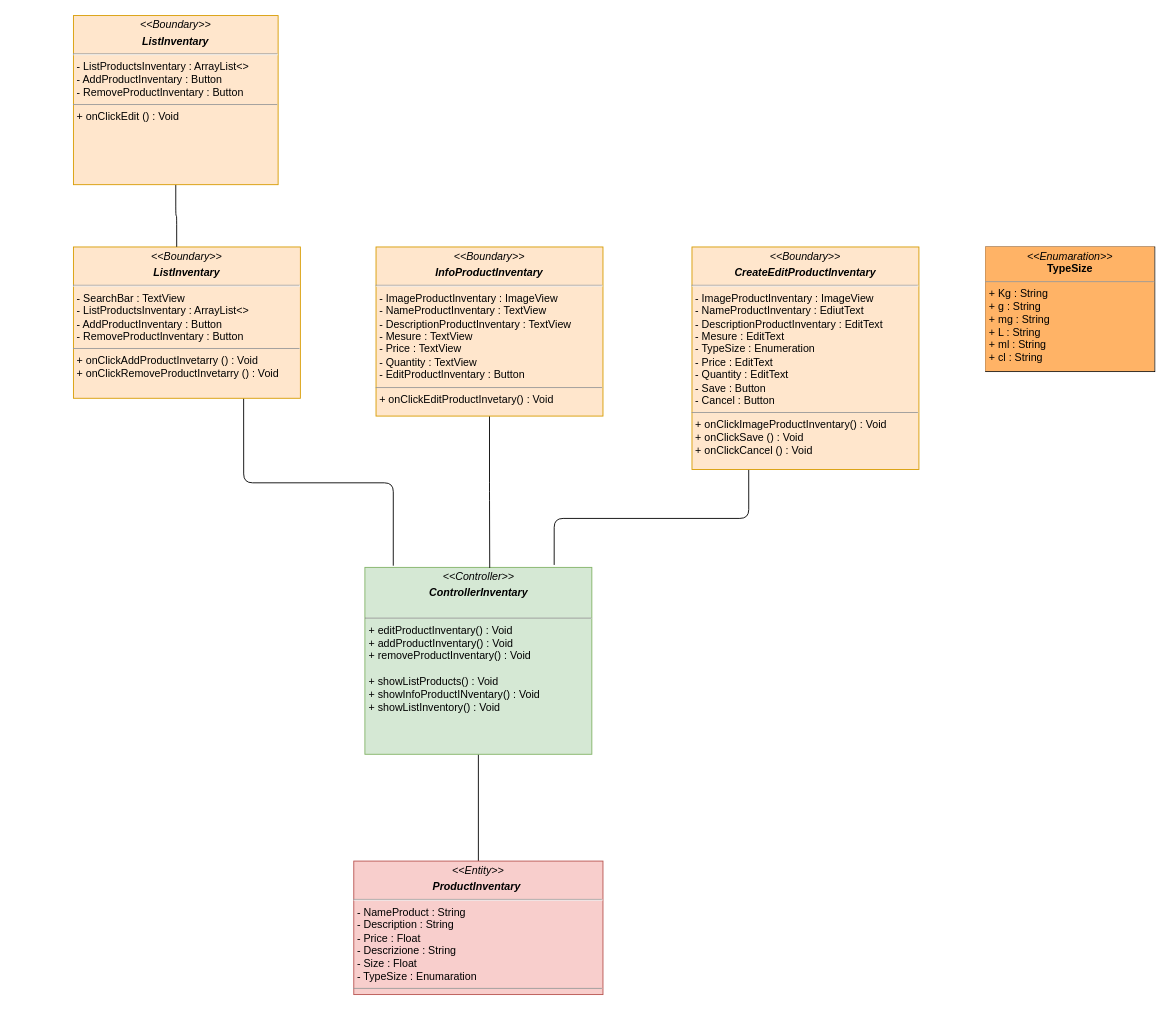
Earlier version of the draw.io diagram page "Gestisci Inventario" (6 of 8) of Documentazione/Class Diagram/Class Diagram.drawio (Chriss1618/ProgettoINGSW). Source tidied: cells renumbered, new cells numbered last; positions are measured from the earlier drawing's top-left corner, leaving out a move shared by most shapes. Both pictures are drawn from the tidied source at 89%, with x=0, y=0 at pixel (73, 15).
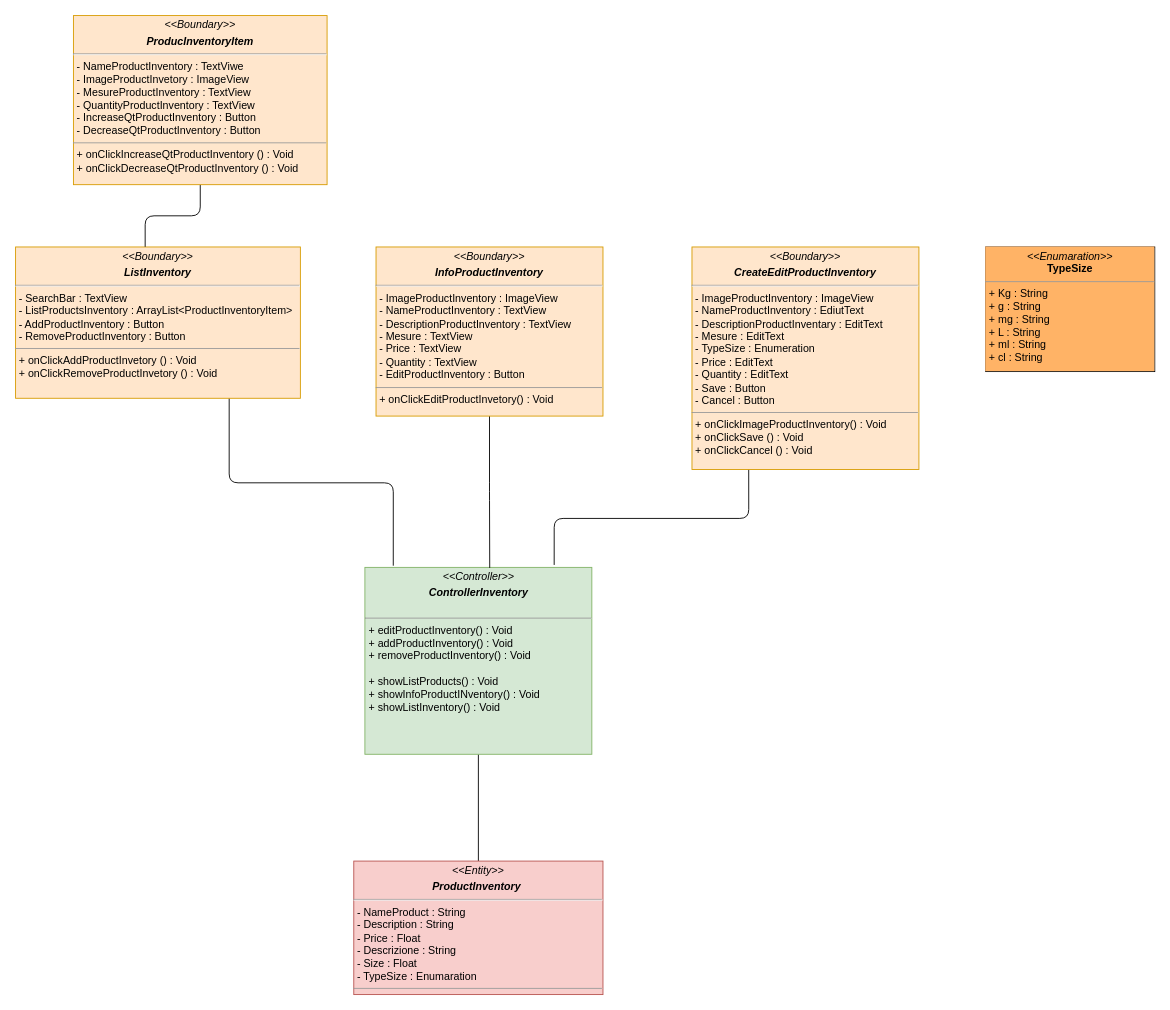
After the change.

Diff of the diagram source:
```diff
@@
 <mxGraphModel>
   <root>
     <mxCell id="0" />
     <mxCell id="1" parent="0" />
     <mxCell id="2" style="edgeStyle=orthogonalEdgeStyle;rounded=1;jettySize=auto;html=1;exitX=0.5;exitY=0;exitDx=0;exitDy=0;entryX=0.5;entryY=1;entryDx=0;entryDy=0;endArrow=none;endFill=0;" parent="1" edge="1" source="3" target="4">
       <mxGeometry relative="1" as="geometry" />
     </mxCell>
-    <mxCell id="3" value="&lt;p style=&quot;margin:0px;margin-top:4px;text-align:center;&quot;&gt;&lt;i&gt;&amp;lt;&amp;lt;Entity&amp;gt;&amp;gt;&lt;/i&gt;&lt;br&gt;&lt;/p&gt;&lt;p style=&quot;margin:0px;margin-top:4px;text-align:center;&quot;&gt;&lt;b&gt;&lt;i&gt;ProductInventary&amp;nbsp;&lt;/i&gt;&lt;/b&gt;&lt;/p&gt;&lt;hr&gt;&lt;p style=&quot;margin:0px;margin-left:4px;&quot;&gt;- NameProduct : String&lt;/p&gt;&lt;p style=&quot;margin:0px;margin-left:4px;&quot;&gt;- Description : String&lt;/p&gt;&lt;p style=&quot;margin:0px;margin-left:4px;&quot;&gt;- Price : Float&lt;/p&gt;&lt;p style=&quot;margin:0px;margin-left:4px;&quot;&gt;- Descrizione : String&lt;/p&gt;&lt;p style=&quot;margin:0px;margin-left:4px;&quot;&gt;- Size : Float&lt;/p&gt;&lt;p style=&quot;margin:0px;margin-left:4px;&quot;&gt;- TypeSize : Enumaration&lt;/p&gt;&lt;hr size=&quot;1&quot;&gt;&lt;p style=&quot;margin:0px;margin-left:4px;&quot;&gt;&lt;br&gt;&lt;/p&gt;" style="verticalAlign=top;align=left;overflow=fill;fontSize=12;fontFamily=Helvetica;html=1;fillColor=#f8cecc;strokeColor=#b85450;" parent="1" vertex="1">
+    <mxCell id="3" value="&lt;p style=&quot;margin:0px;margin-top:4px;text-align:center;&quot;&gt;&lt;i&gt;&amp;lt;&amp;lt;Entity&amp;gt;&amp;gt;&lt;/i&gt;&lt;br&gt;&lt;/p&gt;&lt;p style=&quot;margin:0px;margin-top:4px;text-align:center;&quot;&gt;&lt;b&gt;&lt;i&gt;ProductInventory&amp;nbsp;&lt;/i&gt;&lt;/b&gt;&lt;/p&gt;&lt;hr&gt;&lt;p style=&quot;margin:0px;margin-left:4px;&quot;&gt;- NameProduct : String&lt;/p&gt;&lt;p style=&quot;margin:0px;margin-left:4px;&quot;&gt;- Description : String&lt;/p&gt;&lt;p style=&quot;margin:0px;margin-left:4px;&quot;&gt;- Price : Float&lt;/p&gt;&lt;p style=&quot;margin:0px;margin-left:4px;&quot;&gt;- Descrizione : String&lt;/p&gt;&lt;p style=&quot;margin:0px;margin-left:4px;&quot;&gt;- Size : Float&lt;/p&gt;&lt;p style=&quot;margin:0px;margin-left:4px;&quot;&gt;- TypeSize : Enumaration&lt;/p&gt;&lt;hr size=&quot;1&quot;&gt;&lt;p style=&quot;margin:0px;margin-left:4px;&quot;&gt;&lt;br&gt;&lt;/p&gt;" style="verticalAlign=top;align=left;overflow=fill;fontSize=12;fontFamily=Helvetica;html=1;fillColor=#f8cecc;strokeColor=#b85450;" parent="1" vertex="1">
       <mxGeometry x="315" y="950" width="280" height="150" as="geometry" />
     </mxCell>
-    <mxCell id="4" value="&lt;p style=&quot;margin:0px;margin-top:4px;text-align:center;&quot;&gt;&lt;i&gt;&amp;lt;&amp;lt;Controller&amp;gt;&amp;gt;&lt;/i&gt;&lt;br&gt;&lt;/p&gt;&lt;p style=&quot;margin:0px;margin-top:4px;text-align:center;&quot;&gt;&lt;i&gt;&lt;b&gt;ControllerInventary&lt;/b&gt;&lt;/i&gt;&lt;/p&gt;&lt;br&gt;&lt;hr size=&quot;1&quot;&gt;&lt;p style=&quot;margin:0px;margin-left:4px;&quot;&gt;&lt;span style=&quot;background-color: initial;&quot;&gt;+ editProductInventary() : Void&lt;/span&gt;&lt;/p&gt;&lt;p style=&quot;margin:0px;margin-left:4px;&quot;&gt;&lt;span style=&quot;background-color: initial;&quot;&gt;+ addProductInventary() : Void&lt;/span&gt;&lt;br&gt;&lt;/p&gt;&lt;p style=&quot;margin:0px;margin-left:4px;&quot;&gt;&lt;span style=&quot;background-color: initial;&quot;&gt;+ removeProductInventary() : Void&lt;/span&gt;&lt;/p&gt;&lt;p style=&quot;margin:0px;margin-left:4px;&quot;&gt;&lt;br&gt;&lt;/p&gt;&lt;p style=&quot;margin:0px;margin-left:4px;&quot;&gt;+ showListProducts() : Void&lt;/p&gt;&lt;p style=&quot;margin:0px;margin-left:4px;&quot;&gt;&lt;span style=&quot;background-color: initial;&quot;&gt;+ showInfoProductINventary() : Void&lt;/span&gt;&lt;br&gt;&lt;/p&gt;&lt;p style=&quot;margin:0px;margin-left:4px;&quot;&gt;+ showListInventory() : Void&lt;/p&gt;" style="verticalAlign=top;align=left;overflow=fill;fontSize=12;fontFamily=Helvetica;html=1;fillColor=#d5e8d4;strokeColor=#82b366;" parent="1" vertex="1">
+    <mxCell id="4" value="&lt;p style=&quot;margin:0px;margin-top:4px;text-align:center;&quot;&gt;&lt;i&gt;&amp;lt;&amp;lt;Controller&amp;gt;&amp;gt;&lt;/i&gt;&lt;br&gt;&lt;/p&gt;&lt;p style=&quot;margin:0px;margin-top:4px;text-align:center;&quot;&gt;&lt;i&gt;&lt;b&gt;ControllerInventory&lt;/b&gt;&lt;/i&gt;&lt;/p&gt;&lt;br&gt;&lt;hr size=&quot;1&quot;&gt;&lt;p style=&quot;margin:0px;margin-left:4px;&quot;&gt;&lt;span style=&quot;background-color: initial;&quot;&gt;+ editProductInventory() : Void&lt;/span&gt;&lt;/p&gt;&lt;p style=&quot;margin:0px;margin-left:4px;&quot;&gt;&lt;span style=&quot;background-color: initial;&quot;&gt;+ addProductInventory() : Void&lt;/span&gt;&lt;br&gt;&lt;/p&gt;&lt;p style=&quot;margin:0px;margin-left:4px;&quot;&gt;&lt;span style=&quot;background-color: initial;&quot;&gt;+ removeProductInventory() : Void&lt;/span&gt;&lt;/p&gt;&lt;p style=&quot;margin:0px;margin-left:4px;&quot;&gt;&lt;br&gt;&lt;/p&gt;&lt;p style=&quot;margin:0px;margin-left:4px;&quot;&gt;+ showListProducts() : Void&lt;/p&gt;&lt;p style=&quot;margin:0px;margin-left:4px;&quot;&gt;&lt;span style=&quot;background-color: initial;&quot;&gt;+ showInfoProductINventory() : Void&lt;/span&gt;&lt;br&gt;&lt;/p&gt;&lt;p style=&quot;margin:0px;margin-left:4px;&quot;&gt;+ showListInventory() : Void&lt;/p&gt;" style="verticalAlign=top;align=left;overflow=fill;fontSize=12;fontFamily=Helvetica;html=1;fillColor=#d5e8d4;strokeColor=#82b366;" parent="1" vertex="1">
       <mxGeometry x="327.5" y="620" width="255" height="210" as="geometry" />
     </mxCell>
     <mxCell id="5" style="edgeStyle=orthogonalEdgeStyle;rounded=1;jettySize=auto;html=1;exitX=0.75;exitY=1;exitDx=0;exitDy=0;entryX=0.125;entryY=-0.009;entryDx=0;entryDy=0;entryPerimeter=0;endArrow=none;endFill=0;" parent="1" edge="1" source="6" target="4">
       <mxGeometry relative="1" as="geometry" />
     </mxCell>
-    <mxCell id="6" value="&lt;p style=&quot;margin:0px;margin-top:4px;text-align:center;&quot;&gt;&lt;i&gt;&amp;lt;&amp;lt;Boundary&amp;gt;&amp;gt;&lt;/i&gt;&lt;br&gt;&lt;/p&gt;&lt;p style=&quot;margin:0px;margin-top:4px;text-align:center;&quot;&gt;&lt;i&gt;&lt;b&gt;ListInventary&lt;/b&gt;&lt;/i&gt;&lt;/p&gt;&lt;hr&gt;&lt;p style=&quot;margin: 0px 0px 0px 4px;&quot;&gt;- SearchBar : TextView&lt;/p&gt;&lt;p style=&quot;margin: 0px 0px 0px 4px;&quot;&gt;- ListProductsInventary : ArrayList&amp;lt;&amp;gt;&lt;/p&gt;&lt;p style=&quot;margin: 0px 0px 0px 4px;&quot;&gt;- AddProductInventary : Button&lt;/p&gt;&lt;p style=&quot;margin: 0px 0px 0px 4px;&quot;&gt;- RemoveProductInventary : Button&lt;/p&gt;&lt;hr size=&quot;1&quot;&gt;&lt;p style=&quot;margin:0px;margin-left:4px;&quot;&gt;+ onClickAddProductInvetarry () : Void&lt;/p&gt;&lt;p style=&quot;margin:0px;margin-left:4px;&quot;&gt;+ onClickRemoveProductInvetarry () : Void&lt;br&gt;&lt;/p&gt;" style="verticalAlign=top;align=left;overflow=fill;fontSize=12;fontFamily=Helvetica;html=1;fillColor=#ffe6cc;strokeColor=#d79b00;" parent="1" vertex="1">
-      <mxGeometry y="260" width="255" height="170" as="geometry" />
+    <mxCell id="6" value="&lt;p style=&quot;margin:0px;margin-top:4px;text-align:center;&quot;&gt;&lt;i&gt;&amp;lt;&amp;lt;Boundary&amp;gt;&amp;gt;&lt;/i&gt;&lt;br&gt;&lt;/p&gt;&lt;p style=&quot;margin:0px;margin-top:4px;text-align:center;&quot;&gt;&lt;i&gt;&lt;b&gt;ListInventory&lt;/b&gt;&lt;/i&gt;&lt;/p&gt;&lt;hr&gt;&lt;p style=&quot;margin: 0px 0px 0px 4px;&quot;&gt;- SearchBar : TextView&lt;/p&gt;&lt;p style=&quot;margin: 0px 0px 0px 4px;&quot;&gt;- ListProductsInventory : ArrayList&amp;lt;ProductInventoryItem&amp;gt;&lt;/p&gt;&lt;p style=&quot;margin: 0px 0px 0px 4px;&quot;&gt;- AddProductInventory : Button&lt;/p&gt;&lt;p style=&quot;margin: 0px 0px 0px 4px;&quot;&gt;- RemoveProductInventory : Button&lt;/p&gt;&lt;hr size=&quot;1&quot;&gt;&lt;p style=&quot;margin:0px;margin-left:4px;&quot;&gt;+ onClickAddProductInvetory () : Void&lt;/p&gt;&lt;p style=&quot;margin:0px;margin-left:4px;&quot;&gt;+ onClickRemoveProductInvetory () : Void&lt;br&gt;&lt;/p&gt;" style="verticalAlign=top;align=left;overflow=fill;fontSize=12;fontFamily=Helvetica;html=1;fillColor=#ffe6cc;strokeColor=#d79b00;" parent="1" vertex="1">
+      <mxGeometry x="-65" y="260" width="320" height="170" as="geometry" />
     </mxCell>
     <mxCell id="7" style="edgeStyle=orthogonalEdgeStyle;rounded=1;jettySize=auto;html=1;exitX=0.5;exitY=1;exitDx=0;exitDy=0;entryX=0.455;entryY=-0.001;entryDx=0;entryDy=0;entryPerimeter=0;endArrow=none;endFill=0;" parent="1" edge="1" source="8" target="6">
       <mxGeometry relative="1" as="geometry" />
     </mxCell>
-    <mxCell id="8" value="&lt;p style=&quot;margin:0px;margin-top:4px;text-align:center;&quot;&gt;&lt;i&gt;&amp;lt;&amp;lt;Boundary&amp;gt;&amp;gt;&lt;/i&gt;&lt;br&gt;&lt;/p&gt;&lt;p style=&quot;margin:0px;margin-top:4px;text-align:center;&quot;&gt;&lt;i&gt;&lt;b&gt;ListInventary&lt;/b&gt;&lt;/i&gt;&lt;/p&gt;&lt;hr&gt;&lt;p style=&quot;margin: 0px 0px 0px 4px;&quot;&gt;- ListProductsInventary : ArrayList&amp;lt;&amp;gt;&lt;/p&gt;&lt;p style=&quot;margin: 0px 0px 0px 4px;&quot;&gt;- AddProductInventary : Button&lt;/p&gt;&lt;p style=&quot;margin: 0px 0px 0px 4px;&quot;&gt;- RemoveProductInventary : Button&lt;/p&gt;&lt;hr size=&quot;1&quot;&gt;&lt;p style=&quot;margin:0px;margin-left:4px;&quot;&gt;+ onClickEdit () : Void&lt;/p&gt;" style="verticalAlign=top;align=left;overflow=fill;fontSize=12;fontFamily=Helvetica;html=1;fillColor=#ffe6cc;strokeColor=#d79b00;" parent="1" vertex="1">
-      <mxGeometry width="230" height="190" as="geometry" />
+    <mxCell id="8" value="&lt;p style=&quot;margin:0px;margin-top:4px;text-align:center;&quot;&gt;&lt;i&gt;&amp;lt;&amp;lt;Boundary&amp;gt;&amp;gt;&lt;/i&gt;&lt;br&gt;&lt;/p&gt;&lt;p style=&quot;margin:0px;margin-top:4px;text-align:center;&quot;&gt;&lt;i&gt;&lt;b&gt;ProducInventoryItem&lt;/b&gt;&lt;/i&gt;&lt;/p&gt;&lt;hr&gt;&lt;p style=&quot;margin: 0px 0px 0px 4px;&quot;&gt;- NameProductInventory : TextViwe&lt;/p&gt;&lt;p style=&quot;margin: 0px 0px 0px 4px;&quot;&gt;- ImageProductInvetory : ImageView&lt;/p&gt;&lt;p style=&quot;margin: 0px 0px 0px 4px;&quot;&gt;- MesureProductInventory : TextView&lt;/p&gt;&lt;p style=&quot;margin: 0px 0px 0px 4px;&quot;&gt;- QuantityProductInventory : TextView&lt;/p&gt;&lt;p style=&quot;margin: 0px 0px 0px 4px;&quot;&gt;- IncreaseQtProductInventory : Button&lt;/p&gt;&lt;p style=&quot;margin: 0px 0px 0px 4px;&quot;&gt;- DecreaseQtProductInventory : Button&lt;br&gt;&lt;/p&gt;&lt;hr size=&quot;1&quot;&gt;&lt;p style=&quot;margin:0px;margin-left:4px;&quot;&gt;+ onClickIncreaseQtProductInventory&amp;nbsp;() : Void&lt;/p&gt;&lt;p style=&quot;margin:0px;margin-left:4px;&quot;&gt;+ onClickDecreaseQtProductInventory&amp;nbsp;() : Void&lt;br&gt;&lt;/p&gt;" style="verticalAlign=top;align=left;overflow=fill;fontSize=12;fontFamily=Helvetica;html=1;fillColor=#ffe6cc;strokeColor=#d79b00;" parent="1" vertex="1">
+      <mxGeometry width="285" height="190" as="geometry" />
     </mxCell>
     <mxCell id="9" style="edgeStyle=orthogonalEdgeStyle;rounded=1;jettySize=auto;html=1;exitX=0.25;exitY=1;exitDx=0;exitDy=0;entryX=0.834;entryY=-0.013;entryDx=0;entryDy=0;entryPerimeter=0;endArrow=none;endFill=0;" parent="1" edge="1" source="10" target="4">
       <mxGeometry relative="1" as="geometry" />
     </mxCell>
-    <mxCell id="10" value="&lt;p style=&quot;margin:0px;margin-top:4px;text-align:center;&quot;&gt;&lt;i&gt;&amp;lt;&amp;lt;Boundary&amp;gt;&amp;gt;&lt;/i&gt;&lt;br&gt;&lt;/p&gt;&lt;p style=&quot;margin:0px;margin-top:4px;text-align:center;&quot;&gt;&lt;i&gt;&lt;b&gt;CreateEditProductInventary&lt;/b&gt;&lt;/i&gt;&lt;/p&gt;&lt;hr&gt;&lt;p style=&quot;margin: 0px 0px 0px 4px;&quot;&gt;- ImageProductInventary : ImageView&lt;/p&gt;&lt;p style=&quot;margin: 0px 0px 0px 4px;&quot;&gt;- NameProductInventary : EdiutText&lt;/p&gt;&lt;p style=&quot;margin: 0px 0px 0px 4px;&quot;&gt;- DescriptionProductInventary : EditText&lt;/p&gt;&lt;p style=&quot;margin: 0px 0px 0px 4px;&quot;&gt;- Mesure : EditText&lt;/p&gt;&lt;p style=&quot;margin: 0px 0px 0px 4px;&quot;&gt;- TypeSize : Enumeration&amp;nbsp;&lt;/p&gt;&lt;p style=&quot;margin: 0px 0px 0px 4px;&quot;&gt;- Price : EditText&lt;/p&gt;&lt;p style=&quot;margin: 0px 0px 0px 4px;&quot;&gt;- Quantity : EditText&lt;/p&gt;&lt;p style=&quot;margin: 0px 0px 0px 4px;&quot;&gt;- Save : Button&lt;/p&gt;&lt;p style=&quot;margin: 0px 0px 0px 4px;&quot;&gt;- Cancel : Button&lt;br&gt;&lt;/p&gt;&lt;hr size=&quot;1&quot;&gt;&lt;p style=&quot;margin:0px;margin-left:4px;&quot;&gt;+ onClickImageProductInventary() : Void&lt;br&gt;&lt;/p&gt;&lt;p style=&quot;margin:0px;margin-left:4px;&quot;&gt;+ onClickSave () : Void&lt;/p&gt;&lt;p style=&quot;margin:0px;margin-left:4px;&quot;&gt;+ onClickCancel () : Void&lt;br&gt;&lt;/p&gt;" style="verticalAlign=top;align=left;overflow=fill;fontSize=12;fontFamily=Helvetica;html=1;fillColor=#ffe6cc;strokeColor=#d79b00;" parent="1" vertex="1">
+    <mxCell id="10" value="&lt;p style=&quot;margin:0px;margin-top:4px;text-align:center;&quot;&gt;&lt;i&gt;&amp;lt;&amp;lt;Boundary&amp;gt;&amp;gt;&lt;/i&gt;&lt;br&gt;&lt;/p&gt;&lt;p style=&quot;margin:0px;margin-top:4px;text-align:center;&quot;&gt;&lt;i&gt;&lt;b&gt;CreateEditProductInventory&lt;/b&gt;&lt;/i&gt;&lt;/p&gt;&lt;hr&gt;&lt;p style=&quot;margin: 0px 0px 0px 4px;&quot;&gt;- ImageProductInventory : ImageView&lt;/p&gt;&lt;p style=&quot;margin: 0px 0px 0px 4px;&quot;&gt;- NameProductInventory : EdiutText&lt;/p&gt;&lt;p style=&quot;margin: 0px 0px 0px 4px;&quot;&gt;- DescriptionProductInventary : EditText&lt;/p&gt;&lt;p style=&quot;margin: 0px 0px 0px 4px;&quot;&gt;- Mesure : EditText&lt;/p&gt;&lt;p style=&quot;margin: 0px 0px 0px 4px;&quot;&gt;- TypeSize : Enumeration&amp;nbsp;&lt;/p&gt;&lt;p style=&quot;margin: 0px 0px 0px 4px;&quot;&gt;- Price : EditText&lt;/p&gt;&lt;p style=&quot;margin: 0px 0px 0px 4px;&quot;&gt;- Quantity : EditText&lt;/p&gt;&lt;p style=&quot;margin: 0px 0px 0px 4px;&quot;&gt;- Save : Button&lt;/p&gt;&lt;p style=&quot;margin: 0px 0px 0px 4px;&quot;&gt;- Cancel : Button&lt;br&gt;&lt;/p&gt;&lt;hr size=&quot;1&quot;&gt;&lt;p style=&quot;margin:0px;margin-left:4px;&quot;&gt;+ onClickImageProductInventory() : Void&lt;br&gt;&lt;/p&gt;&lt;p style=&quot;margin:0px;margin-left:4px;&quot;&gt;+ onClickSave () : Void&lt;/p&gt;&lt;p style=&quot;margin:0px;margin-left:4px;&quot;&gt;+ onClickCancel () : Void&lt;br&gt;&lt;/p&gt;" style="verticalAlign=top;align=left;overflow=fill;fontSize=12;fontFamily=Helvetica;html=1;fillColor=#ffe6cc;strokeColor=#d79b00;" parent="1" vertex="1">
       <mxGeometry x="695" y="260" width="255" height="250" as="geometry" />
     </mxCell>
     <mxCell id="11" style="edgeStyle=orthogonalEdgeStyle;rounded=1;jettySize=auto;html=1;exitX=0.5;exitY=1;exitDx=0;exitDy=0;entryX=0.55;entryY=0.003;entryDx=0;entryDy=0;entryPerimeter=0;endArrow=none;endFill=0;" parent="1" edge="1" source="12" target="4">
       <mxGeometry relative="1" as="geometry" />
     </mxCell>
-    <mxCell id="12" value="&lt;p style=&quot;margin:0px;margin-top:4px;text-align:center;&quot;&gt;&lt;i&gt;&amp;lt;&amp;lt;Boundary&amp;gt;&amp;gt;&lt;/i&gt;&lt;br&gt;&lt;/p&gt;&lt;p style=&quot;margin:0px;margin-top:4px;text-align:center;&quot;&gt;&lt;i&gt;&lt;b&gt;InfoProductInventary&lt;/b&gt;&lt;/i&gt;&lt;/p&gt;&lt;hr&gt;&lt;p style=&quot;margin: 0px 0px 0px 4px;&quot;&gt;- ImageProductInventary : ImageView&lt;/p&gt;&lt;p style=&quot;margin: 0px 0px 0px 4px;&quot;&gt;- NameProductInventary : TextView&amp;nbsp;&lt;/p&gt;&lt;p style=&quot;margin: 0px 0px 0px 4px;&quot;&gt;- DescriptionProductInventary : TextView&lt;/p&gt;&lt;p style=&quot;margin: 0px 0px 0px 4px;&quot;&gt;- Mesure : TextView&lt;/p&gt;&lt;p style=&quot;margin: 0px 0px 0px 4px;&quot;&gt;- Price : TextView&lt;/p&gt;&lt;p style=&quot;margin: 0px 0px 0px 4px;&quot;&gt;- Quantity : TextView&lt;/p&gt;&lt;p style=&quot;margin: 0px 0px 0px 4px;&quot;&gt;- EditProductInventary : Button&lt;/p&gt;&lt;hr size=&quot;1&quot;&gt;&lt;p style=&quot;margin:0px;margin-left:4px;&quot;&gt;+ onClickEditProductInvetary() : Void&lt;/p&gt;" style="verticalAlign=top;align=left;overflow=fill;fontSize=12;fontFamily=Helvetica;html=1;fillColor=#ffe6cc;strokeColor=#d79b00;" parent="1" vertex="1">
+    <mxCell id="12" value="&lt;p style=&quot;margin:0px;margin-top:4px;text-align:center;&quot;&gt;&lt;i&gt;&amp;lt;&amp;lt;Boundary&amp;gt;&amp;gt;&lt;/i&gt;&lt;br&gt;&lt;/p&gt;&lt;p style=&quot;margin:0px;margin-top:4px;text-align:center;&quot;&gt;&lt;i&gt;&lt;b&gt;InfoProductInventory&lt;/b&gt;&lt;/i&gt;&lt;/p&gt;&lt;hr&gt;&lt;p style=&quot;margin: 0px 0px 0px 4px;&quot;&gt;- ImageProductInventory : ImageView&lt;/p&gt;&lt;p style=&quot;margin: 0px 0px 0px 4px;&quot;&gt;- NameProductInventory : TextView&amp;nbsp;&lt;/p&gt;&lt;p style=&quot;margin: 0px 0px 0px 4px;&quot;&gt;- DescriptionProductInventory : TextView&lt;/p&gt;&lt;p style=&quot;margin: 0px 0px 0px 4px;&quot;&gt;- Mesure : TextView&lt;/p&gt;&lt;p style=&quot;margin: 0px 0px 0px 4px;&quot;&gt;- Price : TextView&lt;/p&gt;&lt;p style=&quot;margin: 0px 0px 0px 4px;&quot;&gt;- Quantity : TextView&lt;/p&gt;&lt;p style=&quot;margin: 0px 0px 0px 4px;&quot;&gt;- EditProductInventory : Button&lt;/p&gt;&lt;hr size=&quot;1&quot;&gt;&lt;p style=&quot;margin:0px;margin-left:4px;&quot;&gt;+ onClickEditProductInvetory() : Void&lt;/p&gt;" style="verticalAlign=top;align=left;overflow=fill;fontSize=12;fontFamily=Helvetica;html=1;fillColor=#ffe6cc;strokeColor=#d79b00;" parent="1" vertex="1">
       <mxGeometry x="340" y="260" width="255" height="190" as="geometry" />
     </mxCell>
     <mxCell id="13" value="&lt;p style=&quot;margin:0px;margin-top:4px;text-align:center;&quot;&gt;&lt;i&gt;&amp;lt;&amp;lt;Enumaration&amp;gt;&amp;gt;&lt;/i&gt;&lt;br&gt;&lt;b&gt;TypeSize&lt;/b&gt;&lt;/p&gt;&lt;hr size=&quot;1&quot;&gt;&lt;p style=&quot;margin:0px;margin-left:4px;&quot;&gt;+ Kg : String&lt;br&gt;+ g : String&lt;/p&gt;&lt;p style=&quot;margin:0px;margin-left:4px;&quot;&gt;+ mg : String&lt;/p&gt;&lt;p style=&quot;margin:0px;margin-left:4px;&quot;&gt;+ L : String&lt;/p&gt;&lt;p style=&quot;margin:0px;margin-left:4px;&quot;&gt;+ ml : String&lt;/p&gt;&lt;p style=&quot;margin:0px;margin-left:4px;&quot;&gt;+ cl : String&lt;/p&gt;" style="verticalAlign=top;align=left;overflow=fill;fontSize=12;fontFamily=Helvetica;html=1;labelBackgroundColor=#FFB366;" parent="1" vertex="1">
       <mxGeometry x="1025" y="260" width="190" height="140" as="geometry" />
     </mxCell>
   </root>
 </mxGraphModel>
```
